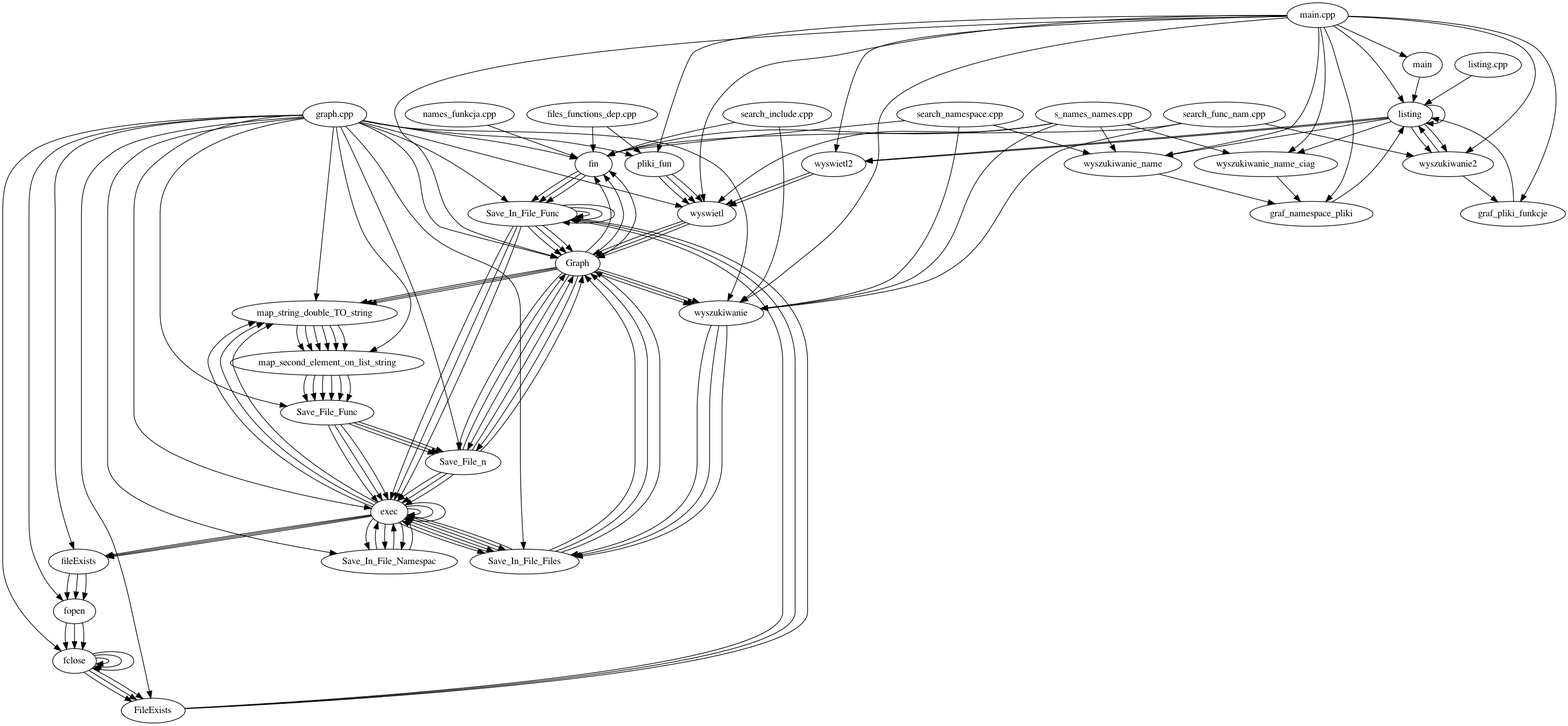
This is folder/pliki_funkcje.dot.png from ZychDev/Zak_Io_Project, a Graphviz export, as it was before one commit. Its source is kept beside it as folder/pliki_funkcje.dot.
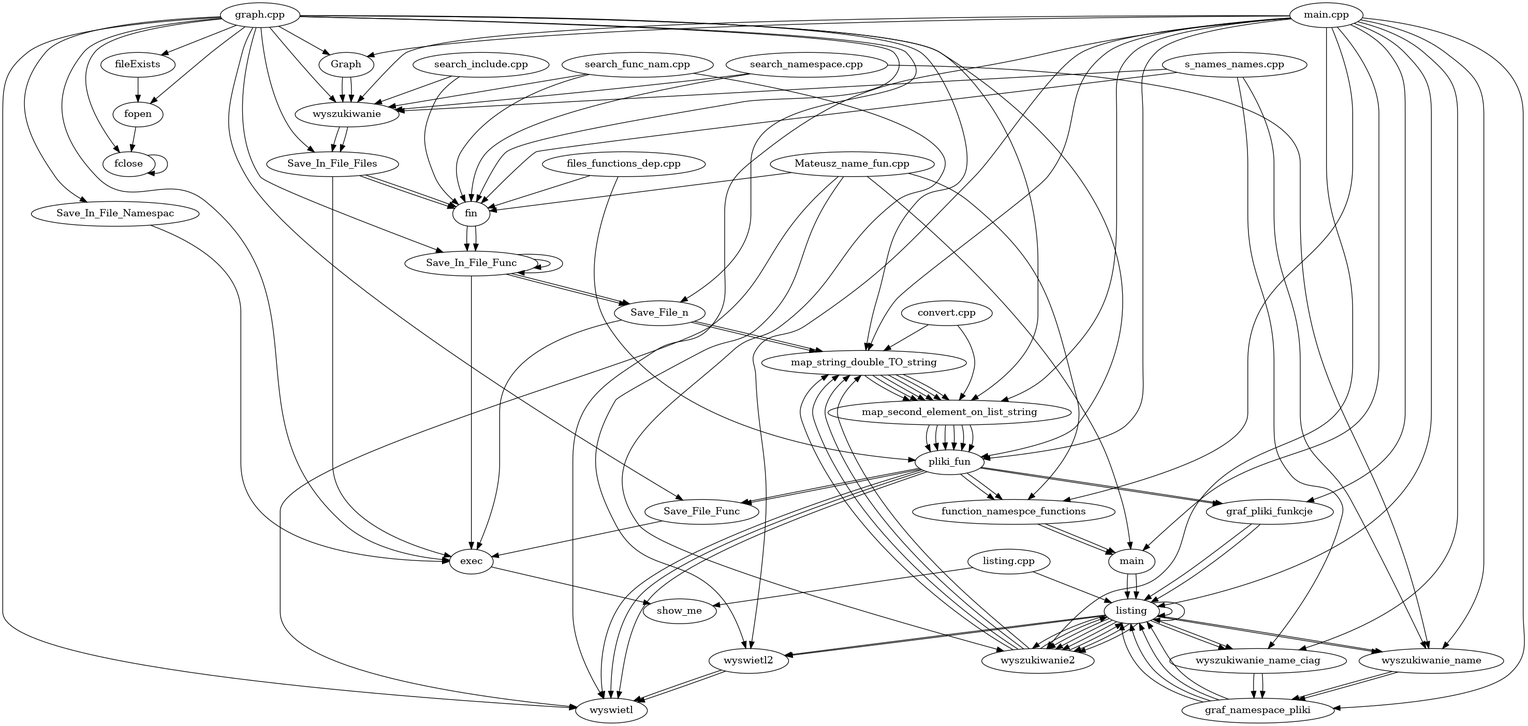
Later version of the same file.

What changed in the source:
```diff
@@ -1,40 +1,48 @@
 digraph files_graph
 {
+"Mateusz_name_fun.cpp"->"fin"
+"Mateusz_name_fun.cpp"->"function_namespce_functions"
+->"main""Mateusz_name_fun.cpp"->"main"
+->"listing"->"listing"->"wyszukiwanie_name_ciag"->"graf_namespace_pliki"->"listing"->"wyszukiwanie2"->"listing"->"wyszukiwanie2"->"map_string_double_TO_string"->"map_second_element_on_list_string"->"pliki_fun"->"graf_pliki_funkcje"->"listing"->"wyszukiwanie_name"->"graf_namespace_pliki"->"listing"->"wyszukiwanie2"->"map_string_double_TO_string"->"map_second_element_on_list_string"->"pliki_fun"->"function_namespce_functions""Mateusz_name_fun.cpp"->"wyswietl"
+"Mateusz_name_fun.cpp"->"wyswietl2"
+"convert.cpp"->"map_second_element_on_list_string"
+"convert.cpp"->"map_string_double_TO_string"
 "files_functions_dep.cpp"->"fin"
 "files_functions_dep.cpp"->"pliki_fun"
-->"wyswietl"->"Graph"->"wyszukiwanie"->"Save_In_File_Files"->"Graph"->"fin"->"Save_In_File_Func"->"Save_In_File_Func"->"Graph"->"Save_File_n"->"Graph"->"map_string_double_TO_string"->"map_second_element_on_list_string"->"Save_File_Func"->"Save_File_n"->"exec"->"map_string_double_TO_string"->"map_second_element_on_list_string"->"Save_File_Func"->"exec"->"Save_In_File_Namespac"->"exec"->"fileExists"->"fopen"->"fclose"->"fclose"->"FileExists"->"Save_In_File_Func"->"exec"->"Save_In_File_Files"->"exec"->"exec""graph.cpp"->"FileExists"
-"graph.cpp"->"Graph"
-"graph.cpp"->"Save_File_Func"
-"graph.cpp"->"Save_File_n"
-"graph.cpp"->"Save_In_File_Files"
-"graph.cpp"->"Save_In_File_Func"
-"graph.cpp"->"Save_In_File_Namespac"
-"graph.cpp"->"exec"
-"graph.cpp"->"fclose"
+->"wyswietl""graph.cpp"->"Graph"
+->"wyszukiwanie"->"Save_In_File_Files"->"fin"->"Save_In_File_Func"->"Save_In_File_Func"->"Save_File_n"->"map_string_double_TO_string"->"map_second_element_on_list_string"->"pliki_fun"->"Save_File_Func""graph.cpp"->"Save_File_Func"
+->"exec""graph.cpp"->"Save_File_n"
+->"exec""graph.cpp"->"Save_In_File_Files"
+->"exec""graph.cpp"->"Save_In_File_Func"
+->"exec""graph.cpp"->"Save_In_File_Namespac"
+->"exec""graph.cpp"->"exec"
+->"show_me""graph.cpp"->"fclose"
 "graph.cpp"->"fileExists"
-"graph.cpp"->"fin"
+->"fopen"->"fclose"->"fclose""graph.cpp"->"fin"
 "graph.cpp"->"fopen"
 "graph.cpp"->"map_second_element_on_list_string"
 "graph.cpp"->"map_string_double_TO_string"
 "graph.cpp"->"pliki_fun"
-->"wyswietl"->"Graph"->"wyszukiwanie"->"Save_In_File_Files"->"Graph"->"fin"->"Save_In_File_Func"->"Save_In_File_Func"->"Graph"->"Save_File_n"->"Graph"->"map_string_double_TO_string"->"map_second_element_on_list_string"->"Save_File_Func"->"Save_File_n"->"exec"->"map_string_double_TO_string"->"map_second_element_on_list_string"->"Save_File_Func"->"exec"->"Save_In_File_Namespac"->"exec"->"fileExists"->"fopen"->"fclose"->"fclose"->"FileExists"->"Save_In_File_Func"->"exec"->"Save_In_File_Files"->"exec"->"exec""graph.cpp"->"wyswietl"
+->"wyswietl""graph.cpp"->"wyswietl"
 "graph.cpp"->"wyszukiwanie"
 "listing.cpp"->"listing"
-->"wyswietl2"->"wyswietl""main.cpp"->"Graph"
-"main.cpp"->"graf_namespace_pliki"
+->"wyswietl2"->"wyswietl""listing.cpp"->"show_me"
+"main.cpp"->"Graph"
+->"wyszukiwanie"->"Save_In_File_Files"->"fin"->"Save_In_File_Func"->"Save_In_File_Func"->"Save_File_n"->"map_string_double_TO_string"->"map_second_element_on_list_string"->"pliki_fun"->"Save_File_Func""main.cpp"->"function_namespce_functions"
+->"main""main.cpp"->"graf_namespace_pliki"
 "main.cpp"->"graf_pliki_funkcje"
 "main.cpp"->"listing"
 ->"wyswietl2"->"wyswietl""main.cpp"->"main"
-->"listing"->"listing"->"wyszukiwanie_name_ciag"->"graf_namespace_pliki"->"listing"->"wyszukiwanie2"->"listing"->"wyszukiwanie2"->"graf_pliki_funkcje"->"listing"->"wyszukiwanie_name"->"graf_namespace_pliki""main.cpp"->"pliki_fun"
-->"wyswietl"->"Graph"->"wyszukiwanie"->"Save_In_File_Files"->"Graph"->"fin"->"Save_In_File_Func"->"Save_In_File_Func"->"Graph"->"Save_File_n"->"Graph"->"map_string_double_TO_string"->"map_second_element_on_list_string"->"Save_File_Func"->"Save_File_n"->"exec"->"map_string_double_TO_string"->"map_second_element_on_list_string"->"Save_File_Func"->"exec"->"Save_In_File_Namespac"->"exec"->"fileExists"->"fopen"->"fclose"->"fclose"->"FileExists"->"Save_In_File_Func"->"exec"->"Save_In_File_Files"->"exec"->"exec""main.cpp"->"wyswietl"
+->"listing"->"listing"->"wyszukiwanie_name_ciag"->"graf_namespace_pliki"->"listing"->"wyszukiwanie2"->"listing"->"wyszukiwanie2"->"map_string_double_TO_string"->"map_second_element_on_list_string"->"pliki_fun"->"graf_pliki_funkcje"->"listing"->"wyszukiwanie_name"->"graf_namespace_pliki"->"listing"->"wyszukiwanie2"->"map_string_double_TO_string"->"map_second_element_on_list_string"->"pliki_fun"->"function_namespce_functions""main.cpp"->"map_second_element_on_list_string"
+"main.cpp"->"map_string_double_TO_string"
+"main.cpp"->"pliki_fun"
+->"wyswietl""main.cpp"->"wyswietl"
 "main.cpp"->"wyswietl2"
 "main.cpp"->"wyszukiwanie"
 "main.cpp"->"wyszukiwanie2"
 "main.cpp"->"wyszukiwanie_name"
 "main.cpp"->"wyszukiwanie_name_ciag"
-"names_funkcja.cpp"->"fin"
 "s_names_names.cpp"->"fin"
-"s_names_names.cpp"->"wyswietl"
 "s_names_names.cpp"->"wyszukiwanie"
 "s_names_names.cpp"->"wyszukiwanie_name"
 "s_names_names.cpp"->"wyszukiwanie_name_ciag"
```
